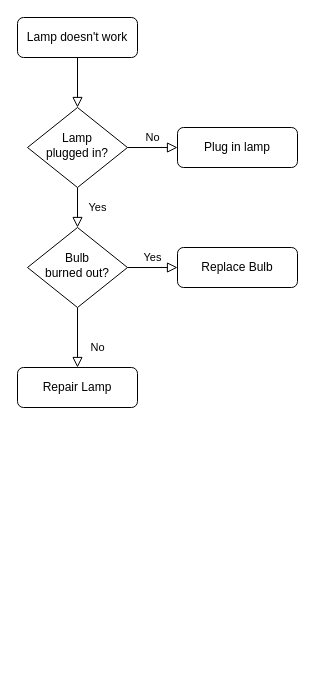
RobertGallen/TestingDiagramsDotNet keeps this draw.io diagram as Untitled Diagram.drawio. Above is the earlier version. Source tidied: cells renumbered, new cells numbered last; positions are measured from the earlier drawing's top-left corner, leaving out a move shared by most shapes. Both pictures are drawn from the tidied source at 100%, with x=0, y=0 at pixel (17, 17).
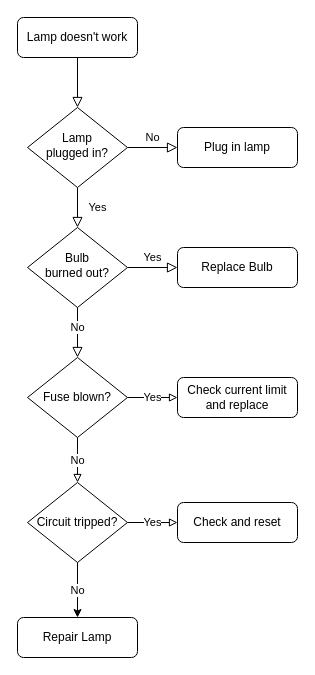
The same diagram, later.

Commit message:
Added extra options relevant to UK

Unchanged cells that the change refers to:
```xml
<mxCell id="10" value="Bulb&lt;br&gt;burned out?" style="rhombus;whiteSpace=wrap;html=1;shadow=0;fontFamily=Helvetica;fontSize=12;align=center;strokeWidth=1;spacing=6;spacingTop=-4;" parent="1" vertex="1">
  <mxGeometry x="10" y="210" width="100" height="80" as="geometry" />
</mxCell>
```

The edit, as a diff of the source:
```diff
@@
-    <mxCell id="8" value="No" style="rounded=0;html=1;jettySize=auto;fontSize=11;endArrow=block;endFill=0;endSize=8;strokeWidth=1;shadow=0;labelBackgroundColor=none;edgeStyle=orthogonalEdgeStyle;" parent="1" edge="1" source="10" target="11">
-      <mxGeometry x="0.33" y="20" relative="1" as="geometry" />
-    </mxCell>
@@
     <mxCell id="11" value="Repair Lamp" style="rounded=1;whiteSpace=wrap;html=1;fontSize=12;glass=0;strokeWidth=1;shadow=0;" parent="1" vertex="1">
-      <mxGeometry y="350" width="120" height="40" as="geometry" />
+      <mxGeometry y="600" width="120" height="40" as="geometry" />
     </mxCell>
@@
+    <mxCell id="13" value="Yes" style="edgeStyle=orthogonalEdgeStyle;rounded=0;jettySize=auto;html=1;exitX=1;exitY=0.5;exitDx=0;exitDy=0;labelBackgroundColor=#ffffff;endArrow=block;endFill=0;" parent="1" edge="1" source="14" target="19">
+      <mxGeometry relative="1" as="geometry" />
+    </mxCell>
+    <mxCell id="14" value="Fuse blown?" style="rhombus;whiteSpace=wrap;html=1;" parent="1" vertex="1">
+      <mxGeometry x="10" y="340" width="100" height="80" as="geometry" />
+    </mxCell>
+    <mxCell id="15" value="No" style="rounded=0;html=1;jettySize=auto;fontSize=11;endArrow=block;endFill=0;endSize=8;strokeWidth=1;shadow=0;labelBackgroundColor=#ffffff;edgeStyle=orthogonalEdgeStyle;" parent="1" edge="1" source="10" target="14">
+      <mxGeometry x="-0.2" relative="1" as="geometry" />
+    </mxCell>
+    <mxCell id="16" value="Circuit tripped?" style="rhombus;whiteSpace=wrap;html=1;" parent="1" vertex="1">
+      <mxGeometry x="10" y="465" width="100" height="80" as="geometry" />
+    </mxCell>
+    <mxCell id="17" value="No" style="endArrow=block;html=1;exitX=0.5;exitY=1;exitDx=0;exitDy=0;entryX=0.5;entryY=0;entryDx=0;entryDy=0;endFill=0;" parent="1" edge="1" source="14" target="16">
+      <mxGeometry relative="1" as="geometry" />
+    </mxCell>
+    <mxCell id="18" value="No" style="endArrow=classic;html=1;exitX=0.5;exitY=1;exitDx=0;exitDy=0;entryX=0.5;entryY=0;entryDx=0;entryDy=0;" parent="1" edge="1" source="16" target="11">
+      <mxGeometry relative="1" as="geometry" />
+    </mxCell>
+    <mxCell id="19" value="Check current limit and replace" style="rounded=1;whiteSpace=wrap;html=1;fontSize=12;glass=0;strokeWidth=1;shadow=0;" parent="1" vertex="1">
+      <mxGeometry x="160" y="360" width="120" height="40" as="geometry" />
+    </mxCell>
+    <mxCell id="20" value="Check and reset" style="rounded=1;whiteSpace=wrap;html=1;fontSize=12;glass=0;strokeWidth=1;shadow=0;" parent="1" vertex="1">
+      <mxGeometry x="160" y="485" width="120" height="40" as="geometry" />
+    </mxCell>
+    <mxCell id="21" value="Yes" style="endArrow=block;html=1;labelBackgroundColor=#ffffff;exitX=1;exitY=0.5;exitDx=0;exitDy=0;entryX=0;entryY=0.5;entryDx=0;entryDy=0;endFill=0;" parent="1" edge="1" source="16" target="20">
+      <mxGeometry relative="1" as="geometry" />
+    </mxCell>
```
